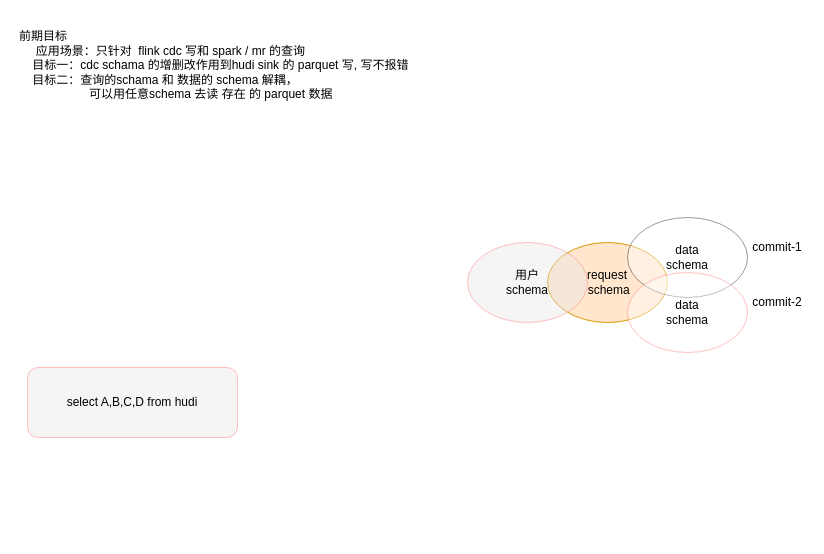
Before: page "hudi schema on read" (3 of 3) of 未命名绘图.drawio in loukey-lj/WX, a draw.io diagram. Source tidied: cells renumbered, new cells numbered last; positions are measured from the earlier drawing's top-left corner, leaving out a move shared by most shapes. Both pictures are drawn from the tidied source at 100%, with x=0, y=0 at pixel (17, 17).
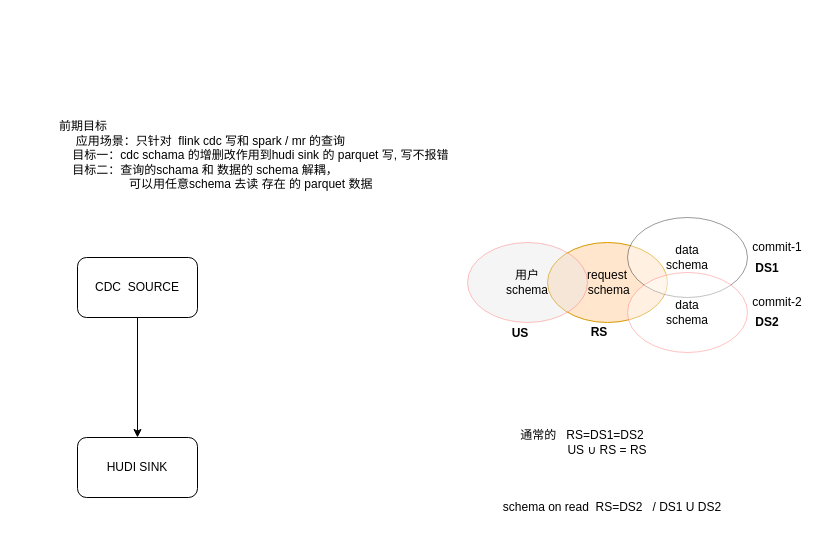
Above is the later version.

Diff of the diagram source:
```diff
@@
 <mxGraphModel>
   <root>
     <mxCell id="0" />
     <mxCell id="1" parent="0" />
     <mxCell id="2" value="前期目标&lt;br&gt;&amp;nbsp; &amp;nbsp; &amp;nbsp;应用场景：只针对&amp;nbsp; flink cdc 写和 spark / mr 的查询&lt;br&gt;&amp;nbsp; &amp;nbsp; 目标一：cdc schama 的增删改作用到hudi sink 的 parquet 写, 写不报错&lt;br&gt;&amp;nbsp; &amp;nbsp; 目标二：查询的schama 和 数据的 schema 解耦，&lt;br&gt;&amp;nbsp; &amp;nbsp; &amp;nbsp; &amp;nbsp; &amp;nbsp; &amp;nbsp; &amp;nbsp; &amp;nbsp; &amp;nbsp; &amp;nbsp; &amp;nbsp;可以用任意schema 去读 存在 的 parquet 数据&lt;br&gt;&amp;nbsp; &amp;nbsp;&amp;nbsp;" style="text;html=1;strokeColor=none;fillColor=none;align=left;verticalAlign=middle;whiteSpace=wrap;rounded=0;" parent="1" vertex="1">
-      <mxGeometry width="420" height="110" as="geometry" />
+      <mxGeometry x="40" y="90" width="420" height="110" as="geometry" />
     </mxCell>
     <mxCell id="3" value="request &lt;br&gt;&amp;nbsp;schema" style="ellipse;whiteSpace=wrap;html=1;fillColor=#ffe6cc;strokeColor=#d79b00;" parent="1" vertex="1">
       <mxGeometry x="530" y="225" width="120" height="80" as="geometry" />
     </mxCell>
     <mxCell id="4" value="data&lt;br&gt;schema" style="ellipse;whiteSpace=wrap;html=1;gradientColor=none;opacity=40;" parent="1" vertex="1">
       <mxGeometry x="610" y="200" width="120" height="80" as="geometry" />
     </mxCell>
     <mxCell id="5" value="commit-1" style="text;html=1;strokeColor=none;fillColor=none;align=center;verticalAlign=middle;whiteSpace=wrap;rounded=0;" parent="1" vertex="1">
       <mxGeometry x="730" y="215" width="60" height="30" as="geometry" />
     </mxCell>
     <mxCell id="6" value="data&lt;br&gt;schema" style="ellipse;whiteSpace=wrap;html=1;gradientColor=none;opacity=40;strokeColor=#FF6666;" parent="1" vertex="1">
       <mxGeometry x="610" y="255" width="120" height="80" as="geometry" />
     </mxCell>
     <mxCell id="7" value="commit-2" style="text;html=1;strokeColor=none;fillColor=none;align=center;verticalAlign=middle;whiteSpace=wrap;rounded=0;" parent="1" vertex="1">
       <mxGeometry x="730" y="270" width="60" height="30" as="geometry" />
     </mxCell>
     <mxCell id="8" value="用户&lt;br&gt;schema" style="ellipse;whiteSpace=wrap;html=1;strokeColor=#FF6666;fillColor=#E6E6E6;gradientColor=none;opacity=40;" parent="1" vertex="1">
       <mxGeometry x="450" y="225" width="120" height="80" as="geometry" />
     </mxCell>
-    <mxCell id="9" value="select A,B,C,D from hudi" style="rounded=1;whiteSpace=wrap;html=1;strokeColor=#FF6666;fillColor=#E6E6E6;gradientColor=none;opacity=40;" parent="1" vertex="1">
-      <mxGeometry x="10" y="350" width="210" height="70" as="geometry" />
-    </mxCell>
+    <mxCell id="10" value="US" style="text;html=1;strokeColor=none;fillColor=none;align=center;verticalAlign=middle;whiteSpace=wrap;rounded=0;fontStyle=1;" parent="1" vertex="1">
+      <mxGeometry x="473" y="301" width="60" height="30" as="geometry" />
+    </mxCell>
+    <mxCell id="11" value="RS" style="text;html=1;strokeColor=none;fillColor=none;align=center;verticalAlign=middle;whiteSpace=wrap;rounded=0;fontStyle=1;" parent="1" vertex="1">
+      <mxGeometry x="552" y="300" width="60" height="30" as="geometry" />
+    </mxCell>
+    <mxCell id="12" value="DS1" style="text;html=1;strokeColor=none;fillColor=none;align=center;verticalAlign=middle;whiteSpace=wrap;rounded=0;fontStyle=1;" parent="1" vertex="1">
+      <mxGeometry x="720" y="236" width="60" height="30" as="geometry" />
+    </mxCell>
+    <mxCell id="13" value="DS2" style="text;html=1;strokeColor=none;fillColor=none;align=center;verticalAlign=middle;whiteSpace=wrap;rounded=0;fontStyle=1;" parent="1" vertex="1">
+      <mxGeometry x="720" y="290" width="60" height="30" as="geometry" />
+    </mxCell>
+    <mxCell id="14" value="通常的&amp;nbsp; &amp;nbsp;RS=DS1=DS2&lt;br&gt;&amp;nbsp; &amp;nbsp; &amp;nbsp; &amp;nbsp; &amp;nbsp; &amp;nbsp; &amp;nbsp; &amp;nbsp;US ∪ RS = RS" style="text;html=1;strokeColor=none;fillColor=none;align=center;verticalAlign=middle;whiteSpace=wrap;rounded=0;" parent="1" vertex="1">
+      <mxGeometry x="450" y="400" width="230" height="50" as="geometry" />
+    </mxCell>
+    <mxCell id="15" value="&lt;div style=&quot;text-align: left;&quot;&gt;&lt;span style=&quot;background-color: initial;&quot;&gt;schema on read&amp;nbsp; RS=DS2&amp;nbsp; &amp;nbsp;/ DS1 U DS2&lt;/span&gt;&lt;/div&gt;" style="text;html=1;strokeColor=none;fillColor=none;align=center;verticalAlign=middle;whiteSpace=wrap;rounded=0;" parent="1" vertex="1">
+      <mxGeometry x="460" y="460" width="270" height="60" as="geometry" />
+    </mxCell>
+    <mxCell id="16" style="edgeStyle=orthogonalEdgeStyle;rounded=0;jettySize=auto;html=1;exitX=0.5;exitY=1;exitDx=0;exitDy=0;" parent="1" edge="1" source="17" target="18">
+      <mxGeometry relative="1" as="geometry" />
+    </mxCell>
+    <mxCell id="17" value="CDC&amp;nbsp; SOURCE" style="rounded=1;whiteSpace=wrap;html=1;" parent="1" vertex="1">
+      <mxGeometry x="60" y="240" width="120" height="60" as="geometry" />
+    </mxCell>
+    <mxCell id="18" value="HUDI SINK" style="rounded=1;whiteSpace=wrap;html=1;" parent="1" vertex="1">
+      <mxGeometry x="60" y="420" width="120" height="60" as="geometry" />
+    </mxCell>
   </root>
 </mxGraphModel>
```
